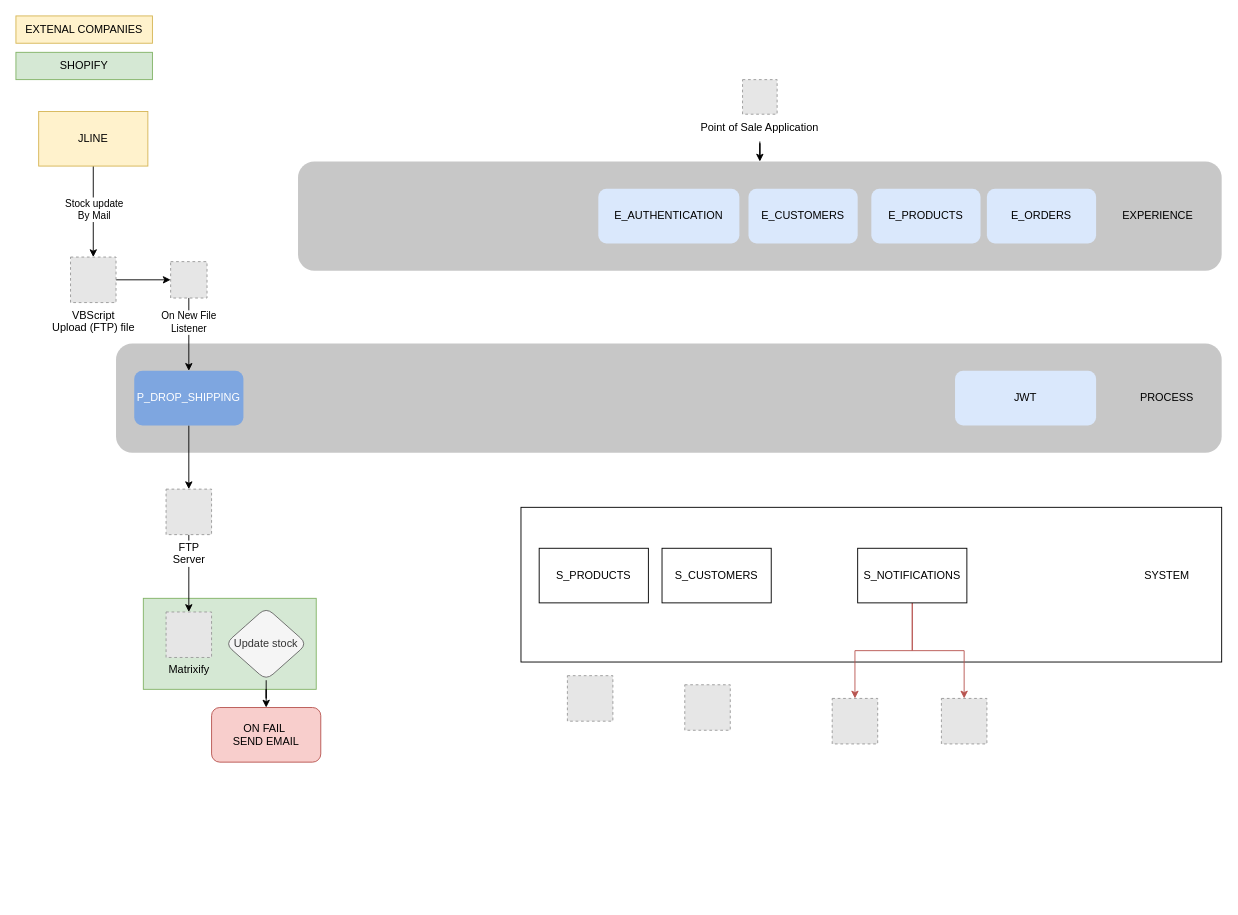
This is Untitled Diagram.drawio from JensVanhulst/JensVanhulst, a draw.io file, before an edit. Source tidied: cells renumbered, new cells numbered last; positions are measured from the earlier drawing's top-left corner, leaving out a move shared by most shapes. Both pictures are drawn from the tidied source at 91%, with x=0, y=0 at pixel (15, 15). Pictures stored in the file or linked from it are replaced by grey dashed boxes.
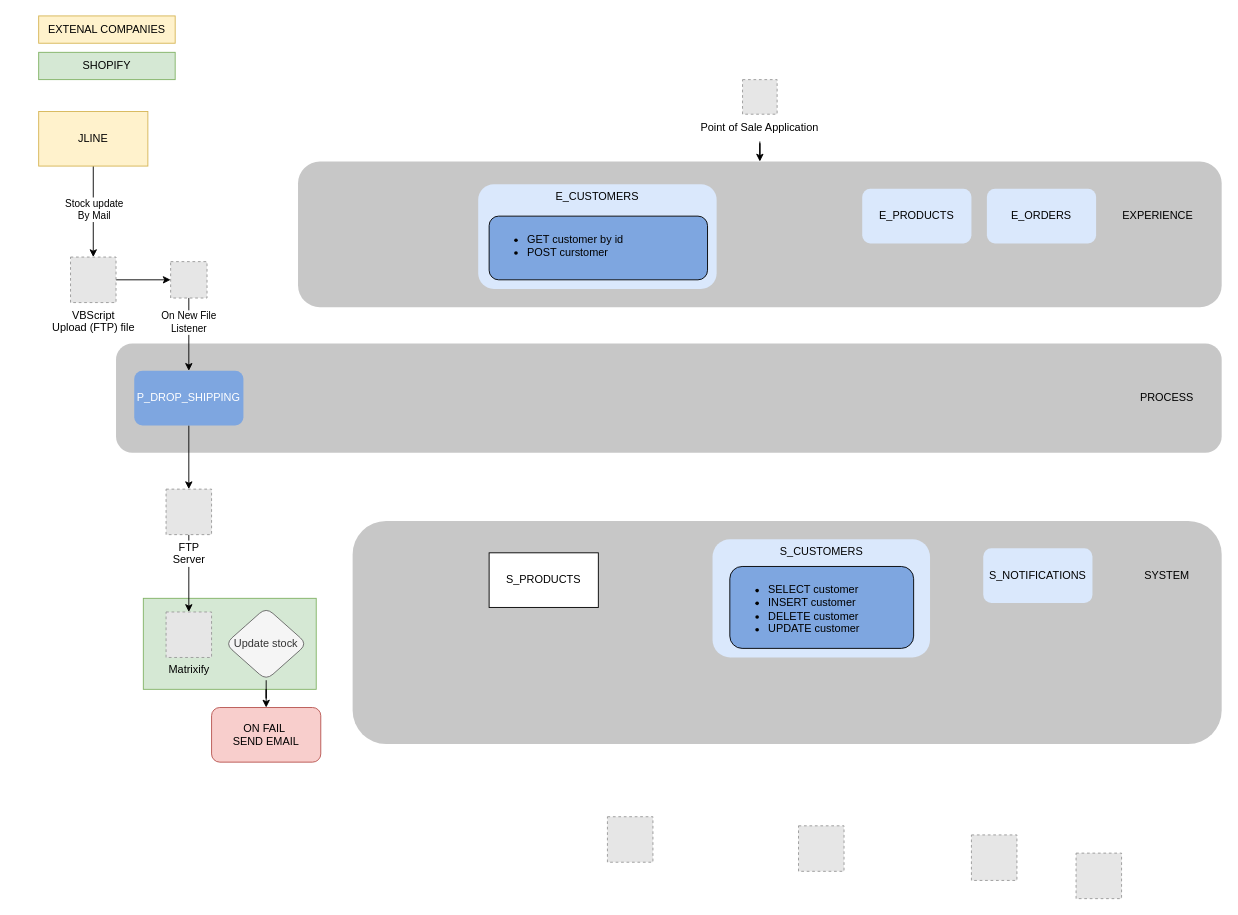
The same diagram, later.

What changed in the source:
```diff
@@
+    <mxCell id="45" style="rounded=1;whiteSpace=wrap;html=1;strokeColor=none;fillColor=#C7C7C7;" parent="1" vertex="1">
+      <mxGeometry x="370" y="555" width="955" height="245" as="geometry" />
+    </mxCell>
     <mxCell id="2" style="rounded=1;whiteSpace=wrap;html=1;strokeColor=none;fillColor=#C7C7C7;" parent="1" vertex="1">
-      <mxGeometry x="310" y="160" width="1015" height="120" as="geometry" />
+      <mxGeometry x="310" y="160" width="1015" height="160" as="geometry" />
     </mxCell>
@@
-    <mxCell id="8" value="E_CUSTOMERS" style="rounded=1;whiteSpace=wrap;html=1;strokeColor=none;fillColor=#dae8fc;" parent="1" vertex="1">
-      <mxGeometry x="805" y="190" width="120" height="60" as="geometry" />
+    <mxCell id="8" value="E_CUSTOMERS" style="rounded=1;whiteSpace=wrap;html=1;strokeColor=none;fillColor=#dae8fc;verticalAlign=top;" parent="1" vertex="1">
+      <mxGeometry x="508" y="185" width="262" height="115" as="geometry" />
     </mxCell>
     <mxCell id="9" value="E_PRODUCTS" style="rounded=1;whiteSpace=wrap;html=1;strokeColor=none;fillColor=#dae8fc;" parent="1" vertex="1">
-      <mxGeometry x="940" y="190" width="120" height="60" as="geometry" />
+      <mxGeometry x="930" y="190" width="120" height="60" as="geometry" />
     </mxCell>
@@
-    <mxCell id="13" style="rounded=0;whiteSpace=wrap;html=1;strokeColor=default;" parent="1" vertex="1">
-      <mxGeometry x="555" y="540" width="770" height="170" as="geometry" />
-    </mxCell>
@@
-    <mxCell id="15" style="edgeStyle=orthogonalEdgeStyle;rounded=0;jettySize=auto;html=1;exitX=0.5;exitY=1;exitDx=0;exitDy=0;fillColor=#f8cecc;strokeColor=#b85450;" parent="1" edge="1" source="17" target="18">
-      <mxGeometry relative="1" as="geometry" />
-    </mxCell>
-    <mxCell id="16" style="edgeStyle=orthogonalEdgeStyle;rounded=0;jettySize=auto;html=1;exitX=0.5;exitY=1;exitDx=0;exitDy=0;entryX=0.5;entryY=0;entryDx=0;entryDy=0;fillColor=#f8cecc;strokeColor=#b85450;" parent="1" edge="1" source="17" target="23">
-      <mxGeometry relative="1" as="geometry" />
-    </mxCell>
-    <mxCell id="17" value="S_NOTIFICATIONS" style="rounded=0;whiteSpace=wrap;html=1;strokeColor=default;" parent="1" vertex="1">
-      <mxGeometry x="925" y="585" width="120" height="60" as="geometry" />
+    <mxCell id="17" value="S_NOTIFICATIONS" style="rounded=1;whiteSpace=wrap;html=1;strokeColor=none;fillColor=#dae8fc;" parent="1" vertex="1">
+      <mxGeometry x="1063" y="585" width="120" height="60" as="geometry" />
     </mxCell>
     <mxCell id="18" style="fillColor=#E6E6E6;strokeColor=#999999;dashed=1;html=1;verticalAlign=top;verticalLabelPosition=bottom;labelBackgroundColor=#ffffff;" parent="1" vertex="1">
-      <mxGeometry x="897" y="750" width="50" height="50" as="geometry" />
+      <mxGeometry x="1050" y="900" width="50" height="50" as="geometry" />
     </mxCell>
     <mxCell id="19" style="fillColor=#E6E6E6;strokeColor=#999999;dashed=1;html=1;verticalAlign=top;verticalLabelPosition=bottom;labelBackgroundColor=#ffffff;" parent="1" vertex="1">
-      <mxGeometry x="735" y="735" width="50" height="50" as="geometry" />
+      <mxGeometry x="860" y="890" width="50" height="50" as="geometry" />
     </mxCell>
     <mxCell id="20" value="S_PRODUCTS" style="rounded=0;whiteSpace=wrap;html=1;strokeColor=default;" parent="1" vertex="1">
-      <mxGeometry x="575" y="585" width="120" height="60" as="geometry" />
+      <mxGeometry x="520" y="590" width="120" height="60" as="geometry" />
     </mxCell>
-    <mxCell id="21" value="S_CUSTOMERS" style="rounded=0;whiteSpace=wrap;html=1;strokeColor=default;" parent="1" vertex="1">
-      <mxGeometry x="710" y="585" width="120" height="60" as="geometry" />
-    </mxCell>
     <mxCell id="22" style="fillColor=#E6E6E6;strokeColor=#999999;dashed=1;html=1;verticalAlign=top;verticalLabelPosition=bottom;labelBackgroundColor=#ffffff;" parent="1" vertex="1">
-      <mxGeometry x="606" y="725" width="50" height="50" as="geometry" />
+      <mxGeometry x="650" y="880" width="50" height="50" as="geometry" />
     </mxCell>
     <mxCell id="23" style="fillColor=#E6E6E6;strokeColor=#999999;dashed=1;html=1;verticalAlign=top;verticalLabelPosition=bottom;labelBackgroundColor=#ffffff;" parent="1" vertex="1">
-      <mxGeometry x="1017" y="750" width="50" height="50" as="geometry" />
+      <mxGeometry x="1165" y="920" width="50" height="50" as="geometry" />
     </mxCell>
@@
     <mxCell id="30" value="EXTENAL COMPANIES" style="text;html=1;strokeColor=#d6b656;fillColor=#fff2cc;align=center;verticalAlign=middle;whiteSpace=wrap;rounded=0;" parent="1" vertex="1">
-      <mxGeometry width="150" height="30" as="geometry" />
+      <mxGeometry x="25" width="150" height="30" as="geometry" />
     </mxCell>
@@
     <mxCell id="41" value="SHOPIFY" style="text;html=1;strokeColor=#82b366;fillColor=#d5e8d4;align=center;verticalAlign=middle;whiteSpace=wrap;rounded=0;" parent="1" vertex="1">
-      <mxGeometry y="40" width="150" height="30" as="geometry" />
+      <mxGeometry x="25" y="40" width="150" height="30" as="geometry" />
     </mxCell>
@@
-    <mxCell id="43" value="E_AUTHENTICATION" style="rounded=1;whiteSpace=wrap;html=1;strokeColor=none;fillColor=#dae8fc;" parent="1" vertex="1">
-      <mxGeometry x="640" y="190" width="155" height="60" as="geometry" />
-    </mxCell>
-    <mxCell id="44" value="JWT" style="rounded=1;whiteSpace=wrap;html=1;strokeColor=none;fillColor=#dae8fc;" parent="1" vertex="1">
-      <mxGeometry x="1032" y="390" width="155" height="60" as="geometry" />
-    </mxCell>
+    <mxCell id="46" value="&lt;ul&gt;&lt;li&gt;GET customer by id&lt;/li&gt;&lt;li&gt;POST curstomer&lt;/li&gt;&lt;/ul&gt;" style="rounded=1;whiteSpace=wrap;html=1;labelBackgroundColor=none;fontColor=#000000;strokeColor=default;fillColor=#7EA6E0;align=left;verticalAlign=top;" parent="1" vertex="1">
+      <mxGeometry x="520" y="220" width="240" height="70" as="geometry" />
+    </mxCell>
+    <mxCell id="21" value="S_CUSTOMERS" style="rounded=1;whiteSpace=wrap;html=1;strokeColor=none;fillColor=#dae8fc;verticalAlign=top;" parent="1" vertex="1">
+      <mxGeometry x="765.5" y="575" width="239" height="130" as="geometry" />
+    </mxCell>
+    <mxCell id="47" value="&lt;ul&gt;&lt;li&gt;SELECT customer&lt;/li&gt;&lt;li&gt;INSERT customer&lt;br&gt;&lt;/li&gt;&lt;li&gt;DELETE customer&lt;br&gt;&lt;/li&gt;&lt;li&gt;UPDATE customer&lt;/li&gt;&lt;/ul&gt;" style="rounded=1;whiteSpace=wrap;html=1;labelBackgroundColor=none;fontColor=#000000;strokeColor=default;fillColor=#7EA6E0;align=left;verticalAlign=top;" parent="1" vertex="1">
+      <mxGeometry x="784.5" y="605" width="202" height="90" as="geometry" />
+    </mxCell>
```
